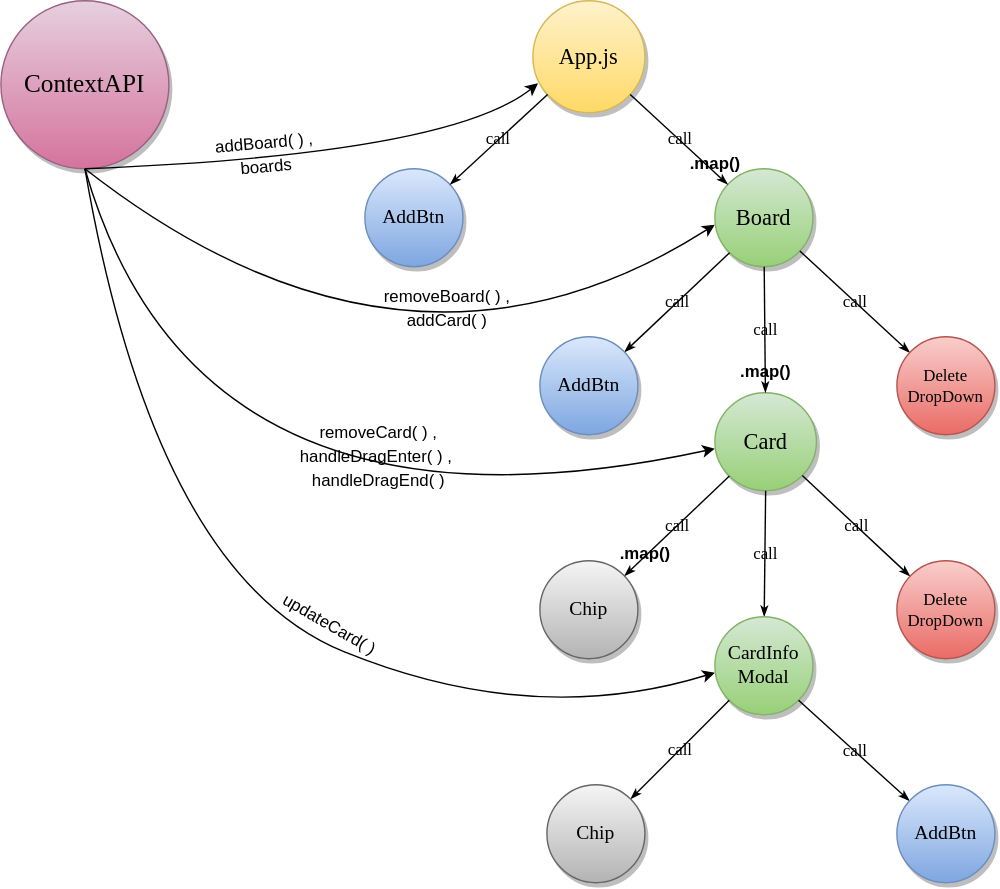
The draw.io diagram public/KanbanComponentRelation.svg in taiseen/kanban, before a commit. Source tidied: cells renumbered, new cells last; positions are measured from the earlier drawing's top-left corner, leaving out a move shared by most shapes.
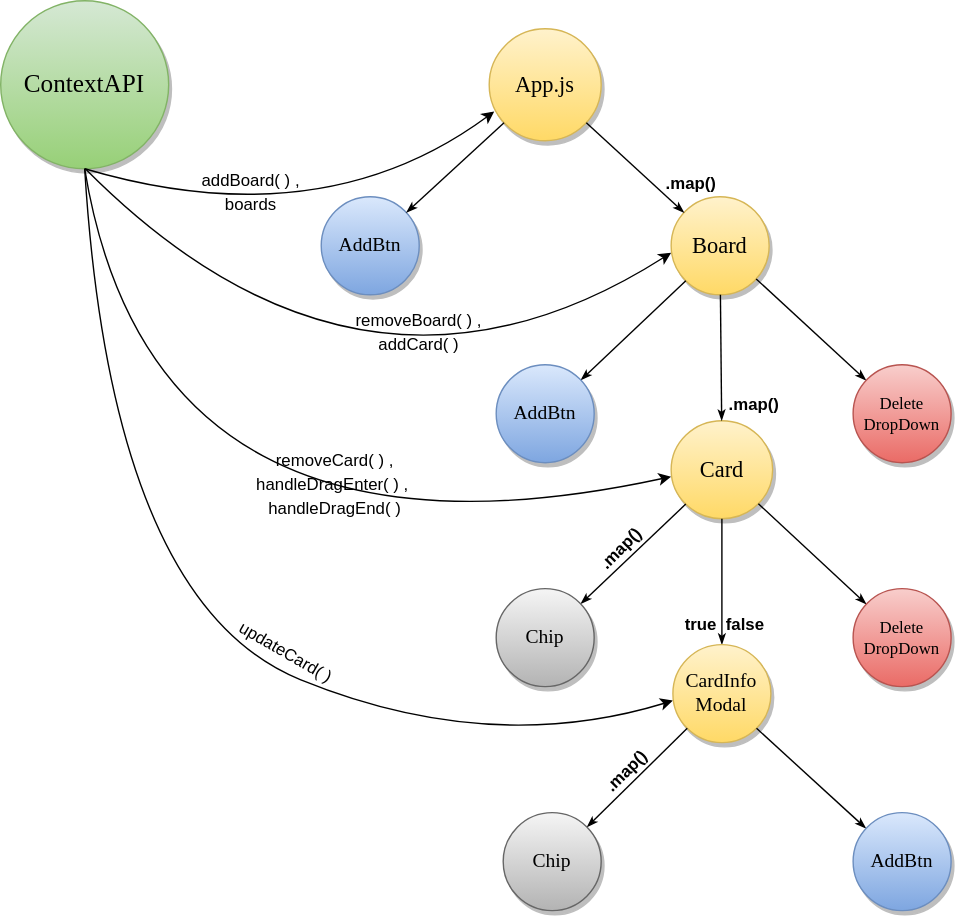
Above is the later version.

Commit message:
ReFactor + Component Relation Tree Update ==> OK

Diff of the diagram source:
```diff
@@ -2,8 +2,8 @@
   <root>
     <mxCell id="0" />
     <mxCell id="1" parent="0" />
-    <mxCell id="2" value="&lt;span&gt;&lt;font style=&quot;font-size: 18px;&quot;&gt;ContextAPI&lt;/font&gt;&lt;/span&gt;" style="ellipse;whiteSpace=wrap;html=1;rounded=0;shadow=1;comic=0;labelBackgroundColor=none;strokeWidth=1;fontFamily=Verdana;fontSize=12;align=center;fillColor=#e6d0de;gradientColor=#d5739d;strokeColor=#996185;" parent="1" vertex="1">
-      <mxGeometry width="120" height="120" as="geometry" />
+    <mxCell id="2" value="&lt;span&gt;&lt;font style=&quot;font-size: 18px;&quot;&gt;ContextAPI&lt;/font&gt;&lt;/span&gt;" style="ellipse;whiteSpace=wrap;html=1;rounded=0;shadow=1;comic=0;labelBackgroundColor=none;strokeWidth=1;fontFamily=Verdana;fontSize=12;align=center;fillColor=#d5e8d4;gradientColor=#97d077;strokeColor=#82b366;" parent="1" vertex="1">
+      <mxGeometry x="31" y="-20" width="120" height="120" as="geometry" />
     </mxCell>
     <mxCell id="3" style="curved=1;endArrow=classic;html=1;rounded=0;fontSize=14;entryX=0;entryY=0.571;entryDx=0;entryDy=0;entryPerimeter=0;exitX=0.5;exitY=1;exitDx=0;exitDy=0;" parent="1" edge="1" source="2" target="10">
       <mxGeometry relative="1" as="geometry">
@@ -12,9 +12,8 @@
         </Array>
       </mxGeometry>
     </mxCell>
-    <mxCell id="4" style="curved=1;endArrow=classic;html=1;rounded=0;fontSize=14;entryX=0;entryY=0.571;entryDx=0;entryDy=0;entryPerimeter=0;" parent="1" edge="1" target="8">
+    <mxCell id="4" style="curved=1;endArrow=classic;html=1;rounded=0;fontSize=14;entryX=0;entryY=0.571;entryDx=0;entryDy=0;entryPerimeter=0;exitX=0.505;exitY=1.002;exitDx=0;exitDy=0;exitPerimeter=0;" parent="1" edge="1" source="2" target="8">
       <mxGeometry relative="1" as="geometry">
-        <mxPoint x="60" y="120" as="sourcePoint" />
         <Array as="points">
           <mxPoint x="290" y="300" />
         </Array>
@@ -31,32 +30,32 @@
     <mxCell id="6" style="curved=1;endArrow=classic;html=1;rounded=0;fontSize=14;entryX=0.045;entryY=0.738;entryDx=0;entryDy=0;entryPerimeter=0;exitX=0.5;exitY=1;exitDx=0;exitDy=0;" parent="1" edge="1" source="2" target="7">
       <mxGeometry relative="1" as="geometry">
         <Array as="points">
-          <mxPoint x="320" y="110" />
+          <mxPoint x="260" y="150" />
         </Array>
       </mxGeometry>
     </mxCell>
     <mxCell id="7" value="&lt;font style=&quot;font-size: 16px;&quot;&gt;App.js&lt;/font&gt;" style="ellipse;whiteSpace=wrap;html=1;rounded=0;shadow=1;comic=0;labelBackgroundColor=none;strokeWidth=1;fontFamily=Verdana;fontSize=12;align=center;fillColor=#fff2cc;strokeColor=#d6b656;gradientColor=#ffd966;" parent="1" vertex="1">
       <mxGeometry x="380" width="80" height="80" as="geometry" />
     </mxCell>
-    <mxCell id="8" value="&lt;span&gt;&lt;font style=&quot;font-size: 16px;&quot;&gt;Board&lt;/font&gt;&lt;/span&gt;" style="ellipse;whiteSpace=wrap;html=1;rounded=0;shadow=1;comic=0;labelBackgroundColor=none;strokeWidth=1;fontFamily=Verdana;fontSize=12;align=center;fillColor=#d5e8d4;strokeColor=#82b366;gradientColor=#97d077;" parent="1" vertex="1">
+    <mxCell id="8" value="&lt;span&gt;&lt;font style=&quot;font-size: 16px;&quot;&gt;Board&lt;/font&gt;&lt;/span&gt;" style="ellipse;whiteSpace=wrap;html=1;rounded=0;shadow=1;comic=0;labelBackgroundColor=none;strokeWidth=1;fontFamily=Verdana;fontSize=12;align=center;fillColor=#fff2cc;strokeColor=#d6b656;gradientColor=#ffd966;" parent="1" vertex="1">
       <mxGeometry x="510" y="120" width="70" height="70" as="geometry" />
     </mxCell>
-    <mxCell id="9" value="call" style="edgeStyle=none;rounded=1;html=1;labelBackgroundColor=none;startArrow=none;startFill=0;startSize=5;endArrow=classicThin;endFill=1;endSize=5;jettySize=auto;strokeColor=#000000;strokeWidth=1;fontFamily=Verdana;fontSize=12;" parent="1" edge="1" source="7" target="8">
+    <mxCell id="9" style="edgeStyle=none;rounded=1;html=1;labelBackgroundColor=none;startArrow=none;startFill=0;startSize=5;endArrow=classicThin;endFill=1;endSize=5;jettySize=auto;strokeColor=#000000;strokeWidth=1;fontFamily=Verdana;fontSize=12;" parent="1" edge="1" source="7" target="8">
       <mxGeometry relative="1" as="geometry" />
     </mxCell>
-    <mxCell id="10" value="&lt;span&gt;&lt;font style=&quot;font-size: 16px;&quot;&gt;Card&lt;/font&gt;&lt;/span&gt;" style="ellipse;whiteSpace=wrap;html=1;rounded=0;shadow=1;comic=0;labelBackgroundColor=none;strokeWidth=1;fontFamily=Verdana;fontSize=12;align=center;fillColor=#d5e8d4;strokeColor=#82b366;gradientColor=#97d077;" parent="1" vertex="1">
+    <mxCell id="10" value="&lt;span&gt;&lt;font style=&quot;font-size: 16px;&quot;&gt;Card&lt;/font&gt;&lt;/span&gt;" style="ellipse;whiteSpace=wrap;html=1;rounded=0;shadow=1;comic=0;labelBackgroundColor=none;strokeWidth=1;fontFamily=Verdana;fontSize=12;align=center;fillColor=#fff2cc;strokeColor=#d6b656;gradientColor=#ffd966;" parent="1" vertex="1">
       <mxGeometry x="510" y="280" width="72.5" height="70" as="geometry" />
     </mxCell>
-    <mxCell id="11" value="call" style="edgeStyle=none;rounded=1;html=1;labelBackgroundColor=none;startArrow=none;startFill=0;startSize=5;endArrow=classicThin;endFill=1;endSize=5;jettySize=auto;strokeColor=#000000;strokeWidth=1;fontFamily=Verdana;fontSize=12;" parent="1" edge="1" source="8" target="10">
+    <mxCell id="11" style="edgeStyle=none;rounded=1;html=1;labelBackgroundColor=none;startArrow=none;startFill=0;startSize=5;endArrow=classicThin;endFill=1;endSize=5;jettySize=auto;strokeColor=#000000;strokeWidth=1;fontFamily=Verdana;fontSize=12;" parent="1" edge="1" source="8" target="10">
       <mxGeometry relative="1" as="geometry" />
     </mxCell>
     <mxCell id="12" value="&lt;font style=&quot;font-size: 14px;&quot;&gt;AddBtn&lt;/font&gt;" style="ellipse;whiteSpace=wrap;html=1;rounded=0;shadow=1;comic=0;labelBackgroundColor=none;strokeWidth=1;fontFamily=Verdana;fontSize=12;align=center;fillColor=#dae8fc;gradientColor=#7ea6e0;strokeColor=#6c8ebf;" parent="1" vertex="1">
       <mxGeometry x="260" y="120" width="70" height="70" as="geometry" />
     </mxCell>
-    <mxCell id="13" value="call" style="edgeStyle=none;rounded=1;html=1;labelBackgroundColor=none;startArrow=none;startFill=0;startSize=5;endArrow=classicThin;endFill=1;endSize=5;jettySize=auto;strokeColor=#000000;strokeWidth=1;fontFamily=Verdana;fontSize=12;" parent="1" edge="1" source="7" target="12">
+    <mxCell id="13" style="edgeStyle=none;rounded=1;html=1;labelBackgroundColor=none;startArrow=none;startFill=0;startSize=5;endArrow=classicThin;endFill=1;endSize=5;jettySize=auto;strokeColor=#000000;strokeWidth=1;fontFamily=Verdana;fontSize=12;" parent="1" edge="1" source="7" target="12">
       <mxGeometry relative="1" as="geometry" />
     </mxCell>
-    <mxCell id="14" value="call" style="edgeStyle=none;rounded=1;html=1;labelBackgroundColor=none;startArrow=none;startFill=0;startSize=5;endArrow=classicThin;endFill=1;endSize=5;jettySize=auto;strokeColor=#000000;strokeWidth=1;fontFamily=Verdana;fontSize=12;fontColor=#000000;fillColor=#f8cecc;" parent="1" edge="1" target="15">
+    <mxCell id="14" style="edgeStyle=none;rounded=1;html=1;labelBackgroundColor=none;startArrow=none;startFill=0;startSize=5;endArrow=classicThin;endFill=1;endSize=5;jettySize=auto;strokeColor=#000000;strokeWidth=1;fontFamily=Verdana;fontSize=12;fontColor=#000000;fillColor=#f8cecc;" parent="1" edge="1" target="15">
       <mxGeometry relative="1" as="geometry">
         <mxPoint x="520.5" y="180" as="sourcePoint" />
       </mxGeometry>
@@ -64,37 +63,37 @@
     <mxCell id="15" value="&lt;font style=&quot;font-size: 14px;&quot;&gt;AddBtn&lt;/font&gt;" style="ellipse;whiteSpace=wrap;html=1;rounded=0;shadow=1;comic=0;labelBackgroundColor=none;strokeWidth=1;fontFamily=Verdana;fontSize=12;align=center;fillColor=#dae8fc;gradientColor=#7ea6e0;strokeColor=#6c8ebf;" parent="1" vertex="1">
       <mxGeometry x="385" y="240" width="70" height="70" as="geometry" />
     </mxCell>
-    <mxCell id="16" value="call" style="edgeStyle=none;rounded=1;html=1;labelBackgroundColor=none;startArrow=none;startFill=0;startSize=5;endArrow=classicThin;endFill=1;endSize=5;jettySize=auto;strokeColor=#000000;strokeWidth=1;fontFamily=Verdana;fontSize=12;" parent="1" edge="1" source="8" target="17">
+    <mxCell id="16" style="edgeStyle=none;rounded=1;html=1;labelBackgroundColor=none;startArrow=none;startFill=0;startSize=5;endArrow=classicThin;endFill=1;endSize=5;jettySize=auto;strokeColor=#000000;strokeWidth=1;fontFamily=Verdana;fontSize=12;" parent="1" edge="1" source="8" target="17">
       <mxGeometry relative="1" as="geometry" />
     </mxCell>
     <mxCell id="17" value="Delete&lt;br&gt;DropDown" style="ellipse;whiteSpace=wrap;html=1;rounded=0;shadow=1;comic=0;labelBackgroundColor=none;strokeWidth=1;fontFamily=Verdana;fontSize=12;align=center;fillColor=#f8cecc;gradientColor=#ea6b66;strokeColor=#b85450;" parent="1" vertex="1">
       <mxGeometry x="640" y="240" width="70" height="70" as="geometry" />
     </mxCell>
-    <mxCell id="18" value="call" style="edgeStyle=none;rounded=1;html=1;labelBackgroundColor=none;startArrow=none;startFill=0;startSize=5;endArrow=classicThin;endFill=1;endSize=5;jettySize=auto;strokeColor=#000000;strokeWidth=1;fontFamily=Verdana;fontSize=12;exitX=0.5;exitY=1;exitDx=0;exitDy=0;" parent="1" edge="1" source="10" target="19">
+    <mxCell id="18" style="edgeStyle=none;rounded=1;html=1;labelBackgroundColor=none;startArrow=none;startFill=0;startSize=5;endArrow=classicThin;endFill=1;endSize=5;jettySize=auto;strokeColor=#000000;strokeWidth=1;fontFamily=Verdana;fontSize=12;exitX=0.5;exitY=1;exitDx=0;exitDy=0;" parent="1" edge="1" source="10" target="19">
       <mxGeometry relative="1" as="geometry" />
     </mxCell>
-    <mxCell id="19" value="&lt;font style=&quot;font-size: 14px;&quot;&gt;CardInfo&lt;br&gt;Modal&lt;/font&gt;" style="ellipse;whiteSpace=wrap;html=1;rounded=0;shadow=1;comic=0;labelBackgroundColor=none;strokeWidth=1;fontFamily=Verdana;fontSize=12;align=center;fillColor=#d5e8d4;gradientColor=#97d077;strokeColor=#82b366;" parent="1" vertex="1">
-      <mxGeometry x="510" y="440" width="70" height="70" as="geometry" />
+    <mxCell id="19" value="&lt;font style=&quot;font-size: 14px;&quot;&gt;CardInfo&lt;br&gt;Modal&lt;/font&gt;" style="ellipse;whiteSpace=wrap;html=1;rounded=0;shadow=1;comic=0;labelBackgroundColor=none;strokeWidth=1;fontFamily=Verdana;fontSize=12;align=center;fillColor=#fff2cc;gradientColor=#ffd966;strokeColor=#d6b656;" parent="1" vertex="1">
+      <mxGeometry x="511.2" y="440" width="70" height="70" as="geometry" />
     </mxCell>
-    <mxCell id="20" value="call" style="edgeStyle=none;rounded=1;html=1;labelBackgroundColor=none;startArrow=none;startFill=0;startSize=5;endArrow=classicThin;endFill=1;endSize=5;jettySize=auto;strokeColor=#000000;strokeWidth=1;fontFamily=Verdana;fontSize=12;" parent="1" edge="1" source="10" target="21">
+    <mxCell id="20" style="edgeStyle=none;rounded=1;html=1;labelBackgroundColor=none;startArrow=none;startFill=0;startSize=5;endArrow=classicThin;endFill=1;endSize=5;jettySize=auto;strokeColor=#000000;strokeWidth=1;fontFamily=Verdana;fontSize=12;" parent="1" edge="1" source="10" target="21">
       <mxGeometry relative="1" as="geometry" />
     </mxCell>
     <mxCell id="21" value="&lt;font style=&quot;font-size: 14px;&quot;&gt;Chip&lt;/font&gt;" style="ellipse;whiteSpace=wrap;html=1;rounded=0;shadow=1;comic=0;labelBackgroundColor=none;strokeWidth=1;fontFamily=Verdana;fontSize=12;align=center;fillColor=#f5f5f5;gradientColor=#b3b3b3;strokeColor=#666666;" parent="1" vertex="1">
       <mxGeometry x="385" y="400" width="70" height="70" as="geometry" />
     </mxCell>
-    <mxCell id="22" value="call" style="edgeStyle=none;rounded=1;html=1;labelBackgroundColor=none;startArrow=none;startFill=0;startSize=5;endArrow=classicThin;endFill=1;endSize=5;jettySize=auto;strokeColor=#000000;strokeWidth=1;fontFamily=Verdana;fontSize=12;" parent="1" edge="1" source="10" target="23">
+    <mxCell id="22" style="edgeStyle=none;rounded=1;html=1;labelBackgroundColor=none;startArrow=none;startFill=0;startSize=5;endArrow=classicThin;endFill=1;endSize=5;jettySize=auto;strokeColor=#000000;strokeWidth=1;fontFamily=Verdana;fontSize=12;" parent="1" edge="1" source="10" target="23">
       <mxGeometry relative="1" as="geometry" />
     </mxCell>
     <mxCell id="23" value="Delete&lt;br&gt;DropDown" style="ellipse;whiteSpace=wrap;html=1;rounded=0;shadow=1;comic=0;labelBackgroundColor=none;strokeWidth=1;fontFamily=Verdana;fontSize=12;align=center;fillColor=#f8cecc;gradientColor=#ea6b66;strokeColor=#b85450;" parent="1" vertex="1">
       <mxGeometry x="640" y="400" width="70" height="70" as="geometry" />
     </mxCell>
-    <mxCell id="24" value="call" style="edgeStyle=none;rounded=1;html=1;labelBackgroundColor=none;startArrow=none;startFill=0;startSize=5;endArrow=classicThin;endFill=1;endSize=5;jettySize=auto;strokeColor=#000000;strokeWidth=1;fontFamily=Verdana;fontSize=12;exitX=0;exitY=1;exitDx=0;exitDy=0;" parent="1" edge="1" source="19" target="25">
+    <mxCell id="24" style="edgeStyle=none;rounded=1;html=1;labelBackgroundColor=none;startArrow=none;startFill=0;startSize=5;endArrow=classicThin;endFill=1;endSize=5;jettySize=auto;strokeColor=#000000;strokeWidth=1;fontFamily=Verdana;fontSize=12;exitX=0;exitY=1;exitDx=0;exitDy=0;" parent="1" edge="1" source="19" target="25">
       <mxGeometry relative="1" as="geometry" />
     </mxCell>
     <mxCell id="25" value="&lt;font style=&quot;font-size: 14px;&quot;&gt;Chip&lt;/font&gt;" style="ellipse;whiteSpace=wrap;html=1;rounded=0;shadow=1;comic=0;labelBackgroundColor=none;strokeWidth=1;fontFamily=Verdana;fontSize=12;align=center;fillColor=#f5f5f5;gradientColor=#b3b3b3;strokeColor=#666666;" parent="1" vertex="1">
       <mxGeometry x="390" y="560" width="70" height="70" as="geometry" />
     </mxCell>
-    <mxCell id="26" value="call" style="edgeStyle=none;rounded=1;html=1;labelBackgroundColor=none;startArrow=none;startFill=0;startSize=5;endArrow=classicThin;endFill=1;endSize=5;jettySize=auto;strokeColor=#000000;strokeWidth=1;fontFamily=Verdana;fontSize=12;exitX=1;exitY=1;exitDx=0;exitDy=0;" parent="1" edge="1" source="19" target="27">
+    <mxCell id="26" style="edgeStyle=none;rounded=1;html=1;labelBackgroundColor=none;startArrow=none;startFill=0;startSize=5;endArrow=classicThin;endFill=1;endSize=5;jettySize=auto;strokeColor=#000000;strokeWidth=1;fontFamily=Verdana;fontSize=12;exitX=1;exitY=1;exitDx=0;exitDy=0;" parent="1" edge="1" source="19" target="27">
       <mxGeometry relative="1" as="geometry" />
     </mxCell>
     <mxCell id="27" value="&lt;font style=&quot;font-size: 14px;&quot;&gt;AddBtn&lt;/font&gt;" style="ellipse;whiteSpace=wrap;html=1;rounded=0;shadow=1;comic=0;labelBackgroundColor=none;strokeWidth=1;fontFamily=Verdana;fontSize=12;align=center;fillColor=#dae8fc;gradientColor=#7ea6e0;strokeColor=#6c8ebf;" parent="1" vertex="1">
@@ -103,23 +102,29 @@
     <mxCell id="28" value="&lt;font style=&quot;font-size: 12px;&quot;&gt;updateCard( )&lt;/font&gt;" style="text;html=1;strokeColor=none;fillColor=none;align=center;verticalAlign=middle;whiteSpace=wrap;rounded=0;fontSize=14;rotation=30;" parent="1" vertex="1">
       <mxGeometry x="192" y="430" width="87" height="30" as="geometry" />
     </mxCell>
-    <mxCell id="29" value="&lt;font style=&quot;font-size: 12px;&quot;&gt;addBoard( ) ,&lt;br&gt;boards&lt;/font&gt;" style="text;html=1;strokeColor=none;fillColor=none;align=center;verticalAlign=middle;whiteSpace=wrap;rounded=0;fontSize=14;rotation=-5;" parent="1" vertex="1">
-      <mxGeometry x="150" y="94" width="78" height="30" as="geometry" />
+    <mxCell id="29" value="&lt;font style=&quot;font-size: 12px;&quot;&gt;addBoard( ) ,&lt;br&gt;boards&lt;/font&gt;" style="text;html=1;strokeColor=none;fillColor=none;align=center;verticalAlign=middle;whiteSpace=wrap;rounded=0;fontSize=14;rotation=0;" parent="1" vertex="1">
+      <mxGeometry x="171" y="101" width="78" height="30" as="geometry" />
     </mxCell>
     <mxCell id="30" value="&lt;font style=&quot;font-size: 12px;&quot;&gt;removeBoard( ) ,&lt;br&gt;addCard( )&lt;/font&gt;" style="text;html=1;strokeColor=none;fillColor=none;align=center;verticalAlign=middle;whiteSpace=wrap;rounded=0;fontSize=14;" parent="1" vertex="1">
-      <mxGeometry x="270" y="204" width="98" height="30" as="geometry" />
+      <mxGeometry x="281" y="201" width="98" height="30" as="geometry" />
     </mxCell>
     <mxCell id="31" value="&lt;font style=&quot;font-size: 12px;&quot;&gt;removeCard( ) , handleDragEnter( ) ,&amp;nbsp;&lt;br&gt;handleDragEnd( )&lt;/font&gt;" style="text;html=1;strokeColor=none;fillColor=none;align=center;verticalAlign=middle;whiteSpace=wrap;rounded=0;fontSize=14;" parent="1" vertex="1">
       <mxGeometry x="210" y="300" width="120" height="50" as="geometry" />
     </mxCell>
     <mxCell id="32" value="&lt;b&gt;.map()&lt;/b&gt;" style="text;html=1;align=center;verticalAlign=middle;strokeColor=none;fillColor=none;fontSize=12;" parent="1" vertex="1">
-      <mxGeometry x="480" y="102" width="60" height="30" as="geometry" />
+      <mxGeometry x="494" y="96" width="60" height="30" as="geometry" />
     </mxCell>
     <mxCell id="33" value="&lt;b&gt;.map()&lt;/b&gt;" style="text;html=1;align=center;verticalAlign=middle;strokeColor=none;fillColor=none;fontSize=12;" parent="1" vertex="1">
-      <mxGeometry x="516.2" y="250" width="60" height="30" as="geometry" />
+      <mxGeometry x="539" y="254" width="60" height="30" as="geometry" />
     </mxCell>
-    <mxCell id="34" value="&lt;b&gt;.map()&lt;/b&gt;" style="text;html=1;align=center;verticalAlign=middle;strokeColor=none;fillColor=none;fontSize=12;" parent="1" vertex="1">
-      <mxGeometry x="430" y="380" width="60" height="30" as="geometry" />
+    <mxCell id="34" value="&lt;b&gt;.map()&lt;/b&gt;" style="text;html=1;align=center;verticalAlign=middle;strokeColor=none;fillColor=none;fontSize=12;rotation=-45;" parent="1" vertex="1">
+      <mxGeometry x="444" y="357" width="60" height="30" as="geometry" />
     </mxCell>
+    <mxCell id="35" value="&lt;span&gt;&lt;b&gt;true&amp;nbsp; false&lt;/b&gt;&lt;/span&gt;" style="text;html=1;align=center;verticalAlign=middle;strokeColor=none;fillColor=none;fontSize=12;fontStyle=0;" parent="1" vertex="1">
+      <mxGeometry x="508" y="411" width="80" height="30" as="geometry" />
+    </mxCell>
+    <mxCell id="36" value="&lt;b&gt;.map()&lt;/b&gt;" style="text;html=1;align=center;verticalAlign=middle;strokeColor=none;fillColor=none;fontSize=12;rotation=-45;" parent="1" vertex="1">
+      <mxGeometry x="448" y="516" width="60" height="30" as="geometry" />
+    </mxCell>
   </root>
 </mxGraphModel>
```
